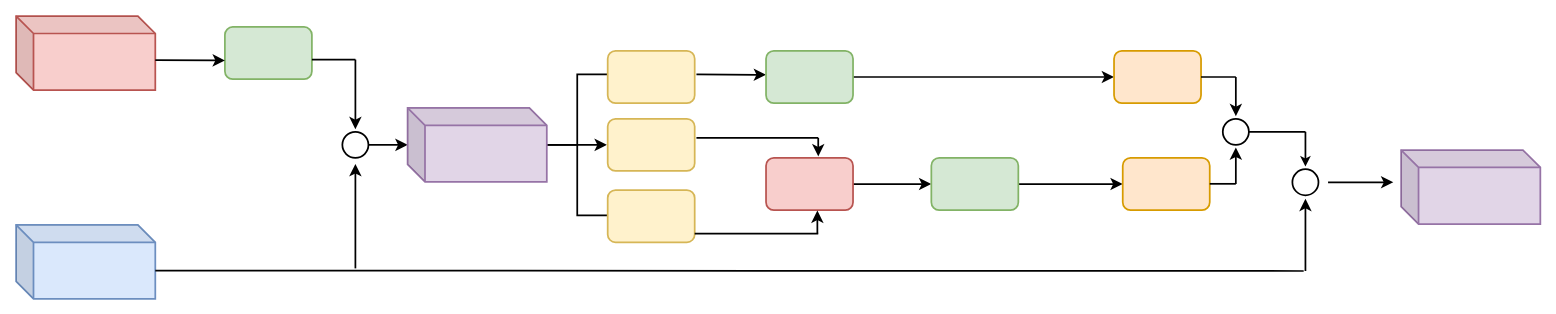
The draw.io diagram 未命名绘图.drawio in Yingda-Yu/Spartina-Earth, before the edit. Source tidied: cells renumbered, new cells numbered last; positions are measured from the earlier drawing's top-left corner, leaving out a move shared by most shapes. Both pictures are drawn from the tidied source at 87%, with x=0, y=0 at pixel (16, 16).
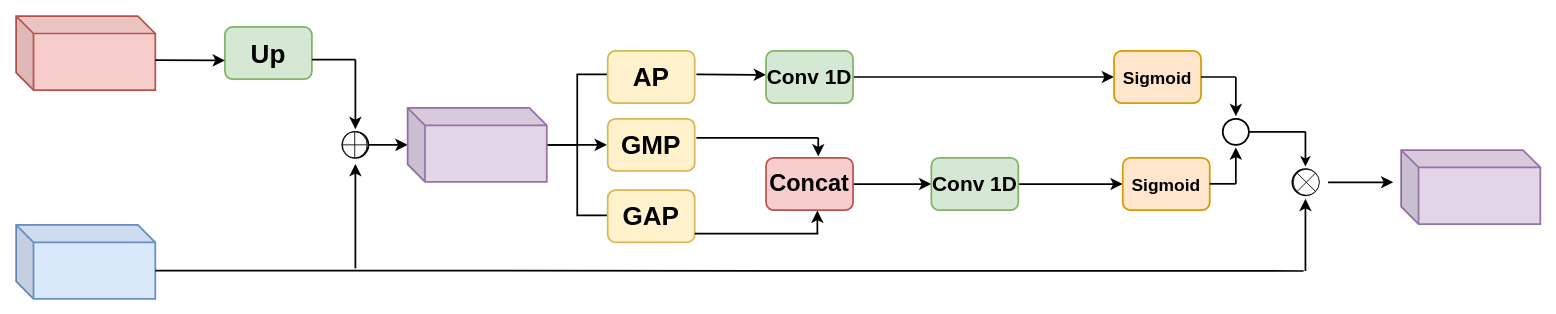
The same page after the edit.

The change refers to these unchanged cells:
```xml
<mxCell id="13" style="strokeWidth=2;html=1;shape=mxgraph.flowchart.annotation_2;align=left;labelPosition=right;" parent="1" vertex="1">
  <mxGeometry x="610" y="67" width="70" height="162" as="geometry" />
</mxCell>
<mxCell id="33" style="ellipse;whiteSpace=wrap;html=1;strokeWidth=2;" parent="1" vertex="1">
  <mxGeometry x="1387" y="118" width="30" height="30" as="geometry" />
</mxCell>
```

What changed in the source:
```diff
@@
+    <mxCell id="42" style="verticalLabelPosition=bottom;verticalAlign=top;html=1;shape=mxgraph.flowchart.or;" parent="1" vertex="1">
+      <mxGeometry x="1387" y="118" width="30" height="30" as="geometry" />
+    </mxCell>
@@
-    <mxCell id="4" style="rounded=1;whiteSpace=wrap;html=1;strokeWidth=2;fillColor=#d5e8d4;strokeColor=#82b366;" parent="1" vertex="1">
+    <mxCell id="4" value="&lt;font style=&quot;font-size: 30px;&quot;&gt;&lt;b&gt;Up&lt;/b&gt;&lt;/font&gt;" style="rounded=1;whiteSpace=wrap;html=1;strokeWidth=2;fillColor=#d5e8d4;strokeColor=#82b366;" parent="1" vertex="1">
       <mxGeometry x="240" y="12.5" width="100" height="60" as="geometry" />
     </mxCell>
@@
+    <mxCell id="12" style="endArrow=classic;html=1;rounded=0;fontSize=12;startSize=8;endSize=8;curved=1;exitX=0;exitY=0.5;exitDx=0;exitDy=0;exitPerimeter=0;strokeWidth=2;" parent="1" edge="1" source="13">
+      <mxGeometry relative="1" as="geometry">
+        <mxPoint x="679" y="148" as="targetPoint" />
+      </mxGeometry>
+    </mxCell>
@@
-    <mxCell id="12" style="endArrow=classic;html=1;rounded=0;fontSize=12;startSize=8;endSize=8;curved=1;exitX=0;exitY=0.5;exitDx=0;exitDy=0;exitPerimeter=0;strokeWidth=2;" parent="1" edge="1" source="13">
-      <mxGeometry relative="1" as="geometry">
-        <mxPoint x="679" y="148" as="targetPoint" />
-      </mxGeometry>
-    </mxCell>
@@
-    <mxCell id="14" style="rounded=1;whiteSpace=wrap;html=1;strokeWidth=2;fillColor=#fff2cc;strokeColor=#d6b656;" parent="1" vertex="1">
+    <mxCell id="14" value="&lt;span style=&quot;font-size: 30px;&quot;&gt;&lt;b&gt;AP&lt;/b&gt;&lt;/span&gt;" style="rounded=1;whiteSpace=wrap;html=1;strokeWidth=2;fillColor=#fff2cc;strokeColor=#d6b656;" parent="1" vertex="1">
       <mxGeometry x="680" y="40" width="100" height="60" as="geometry" />
     </mxCell>
-    <mxCell id="15" style="rounded=1;whiteSpace=wrap;html=1;strokeWidth=2;fillColor=#fff2cc;strokeColor=#d6b656;" parent="1" vertex="1">
+    <mxCell id="15" value="&lt;span style=&quot;font-size: 30px;&quot;&gt;&lt;b&gt;GMP&lt;/b&gt;&lt;/span&gt;" style="rounded=1;whiteSpace=wrap;html=1;strokeWidth=2;fillColor=#fff2cc;strokeColor=#d6b656;" parent="1" vertex="1">
       <mxGeometry x="680" y="118" width="100" height="60" as="geometry" />
     </mxCell>
-    <mxCell id="16" style="rounded=1;whiteSpace=wrap;html=1;strokeWidth=2;fillColor=#fff2cc;strokeColor=#d6b656;" parent="1" vertex="1">
+    <mxCell id="16" value="&lt;span style=&quot;font-size: 30px;&quot;&gt;&lt;b&gt;GAP&lt;/b&gt;&lt;/span&gt;" style="rounded=1;whiteSpace=wrap;html=1;strokeWidth=2;fillColor=#fff2cc;strokeColor=#d6b656;" parent="1" vertex="1">
       <mxGeometry x="680" y="200" width="100" height="60" as="geometry" />
     </mxCell>
@@
-    <mxCell id="19" style="rounded=1;whiteSpace=wrap;html=1;strokeWidth=2;fillColor=#d5e8d4;strokeColor=#82b366;" parent="1" vertex="1">
+    <mxCell id="19" value="&lt;font style=&quot;font-size: 24px;&quot;&gt;&lt;b&gt;Conv 1D&lt;/b&gt;&lt;/font&gt;" style="rounded=1;whiteSpace=wrap;html=1;strokeWidth=2;fillColor=#d5e8d4;strokeColor=#82b366;" parent="1" vertex="1">
       <mxGeometry x="862" y="40" width="100" height="60" as="geometry" />
     </mxCell>
@@
-    <mxCell id="21" style="rounded=1;whiteSpace=wrap;html=1;strokeWidth=2;fillColor=#f8cecc;strokeColor=#b85450;" parent="1" vertex="1">
+    <mxCell id="21" value="&lt;b style=&quot;&quot;&gt;&lt;font style=&quot;font-size: 27px;&quot;&gt;Concat&lt;/font&gt;&lt;/b&gt;" style="rounded=1;whiteSpace=wrap;html=1;strokeWidth=2;fillColor=#f8cecc;strokeColor=#b85450;" parent="1" vertex="1">
       <mxGeometry x="862" y="163" width="100" height="60" as="geometry" />
     </mxCell>
@@
-    <mxCell id="27" style="rounded=1;whiteSpace=wrap;html=1;strokeWidth=2;fillColor=#d5e8d4;strokeColor=#82b366;" parent="1" vertex="1">
+    <mxCell id="27" value="&lt;span style=&quot;font-size: 24px;&quot;&gt;&lt;b&gt;Conv 1D&lt;/b&gt;&lt;/span&gt;" style="rounded=1;whiteSpace=wrap;html=1;strokeWidth=2;fillColor=#d5e8d4;strokeColor=#82b366;" parent="1" vertex="1">
       <mxGeometry x="1052" y="163" width="100" height="60" as="geometry" />
     </mxCell>
-    <mxCell id="28" style="rounded=1;whiteSpace=wrap;html=1;strokeWidth=2;fillColor=#ffe6cc;strokeColor=#d79b00;" parent="1" vertex="1">
+    <mxCell id="28" value="&lt;b&gt;&lt;font style=&quot;font-size: 20px;&quot;&gt;Sigmoid&lt;/font&gt;&lt;/b&gt;" style="rounded=1;whiteSpace=wrap;html=1;strokeWidth=2;fillColor=#ffe6cc;strokeColor=#d79b00;" parent="1" vertex="1">
       <mxGeometry x="1262" y="40" width="100" height="60" as="geometry" />
     </mxCell>
-    <mxCell id="29" style="rounded=1;whiteSpace=wrap;html=1;strokeWidth=2;fillColor=#ffe6cc;strokeColor=#d79b00;" parent="1" vertex="1">
+    <mxCell id="29" value="&lt;b&gt;&lt;font style=&quot;font-size: 20px;&quot;&gt;Sigmoid&lt;/font&gt;&lt;/b&gt;" style="rounded=1;whiteSpace=wrap;html=1;strokeWidth=2;fillColor=#ffe6cc;strokeColor=#d79b00;" parent="1" vertex="1">
       <mxGeometry x="1272" y="163" width="100" height="60" as="geometry" />
     </mxCell>
@@
+    <mxCell id="34" style="endArrow=none;html=1;rounded=0;fontSize=12;curved=1;startArrow=classic;startFill=1;strokeWidth=2;" parent="1" edge="1">
+      <mxGeometry relative="1" as="geometry">
+        <mxPoint x="1482" y="173" as="sourcePoint" />
+        <mxPoint x="1482" y="133" as="targetPoint" />
+      </mxGeometry>
+    </mxCell>
@@
+    <mxCell id="35" style="endArrow=none;html=1;rounded=0;fontSize=12;startSize=8;endSize=8;curved=1;exitX=1;exitY=0.5;exitDx=0;exitDy=0;strokeWidth=2;" parent="1" edge="1" source="33">
+      <mxGeometry relative="1" as="geometry">
+        <mxPoint x="1482" y="133" as="targetPoint" />
+      </mxGeometry>
+    </mxCell>
@@
-    <mxCell id="34" style="endArrow=none;html=1;rounded=0;fontSize=12;curved=1;startArrow=classic;startFill=1;strokeWidth=2;" parent="1" edge="1">
-      <mxGeometry relative="1" as="geometry">
-        <mxPoint x="1482" y="173" as="sourcePoint" />
-        <mxPoint x="1482" y="133" as="targetPoint" />
-      </mxGeometry>
-    </mxCell>
-    <mxCell id="35" style="endArrow=none;html=1;rounded=0;fontSize=12;startSize=8;endSize=8;curved=1;exitX=1;exitY=0.5;exitDx=0;exitDy=0;strokeWidth=2;" parent="1" edge="1" source="33">
-      <mxGeometry relative="1" as="geometry">
-        <mxPoint x="1482" y="133" as="targetPoint" />
-      </mxGeometry>
-    </mxCell>
@@
+    <mxCell id="43" style="verticalLabelPosition=bottom;verticalAlign=top;html=1;shape=mxgraph.flowchart.summing_function;" parent="1" vertex="1">
+      <mxGeometry x="375" y="133" width="28.5" height="30" as="geometry" />
+    </mxCell>
+    <mxCell id="44" style="verticalLabelPosition=bottom;verticalAlign=top;html=1;shape=mxgraph.flowchart.or;" parent="1" vertex="1">
+      <mxGeometry x="1468" y="176" width="30" height="30" as="geometry" />
+    </mxCell>
```
